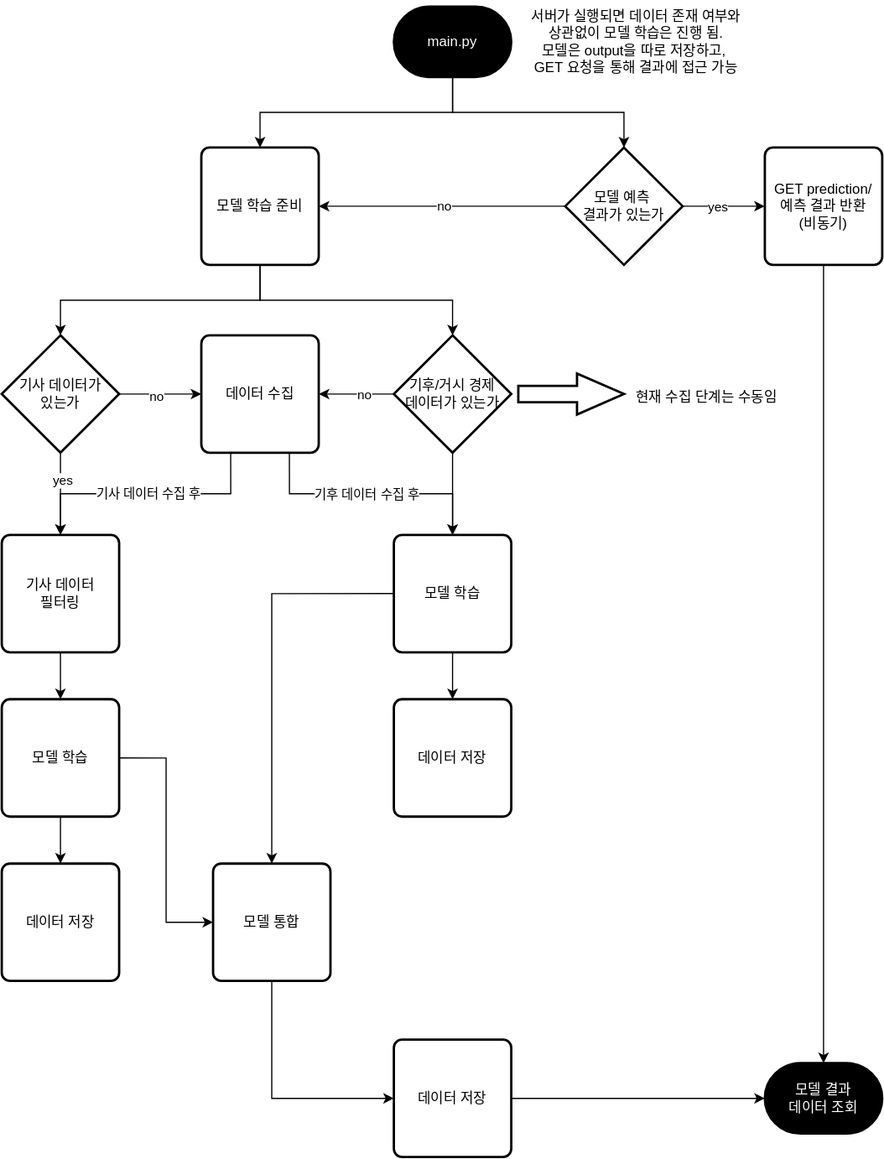
This is docs/server-flowchart.drawio.svg from MJU-Capstone-2025/model-server, a draw.io export, as it was before one commit. Source tidied: cells renumbered, new cells last; positions are measured from the earlier drawing's top-left corner, leaving out a move shared by most shapes. The source it was exported from:
```xml
<mxGraphModel>
  <root>
    <mxCell id="0" />
    <mxCell id="1" parent="0" />
    <mxCell id="2" style="edgeStyle=orthogonalEdgeStyle;rounded=0;jettySize=auto;html=1;exitX=0.5;exitY=1;exitDx=0;exitDy=0;exitPerimeter=0;entryX=0.5;entryY=0;entryDx=0;entryDy=0;entryPerimeter=0;" parent="1" edge="1" source="4" target="10">
      <mxGeometry relative="1" as="geometry" />
    </mxCell>
    <mxCell id="3" style="edgeStyle=orthogonalEdgeStyle;rounded=0;jettySize=auto;html=1;exitX=0.5;exitY=1;exitDx=0;exitDy=0;exitPerimeter=0;entryX=0.5;entryY=0;entryDx=0;entryDy=0;" parent="1" edge="1" source="4" target="38">
      <mxGeometry relative="1" as="geometry" />
    </mxCell>
    <mxCell id="4" value="main.py" style="strokeWidth=2;html=1;shape=mxgraph.flowchart.terminator;whiteSpace=wrap;gradientColor=none;fillColor=#000000;fontColor=light-dark(#ffffff, #ededed);" parent="1" vertex="1">
      <mxGeometry x="334" y="5" width="100" height="60" as="geometry" />
    </mxCell>
    <mxCell id="5" value="GET prediction/&lt;div&gt;예측 결과 반환&lt;/div&gt;&lt;div&gt;(비동기)&lt;/div&gt;" style="rounded=1;whiteSpace=wrap;html=1;absoluteArcSize=1;arcSize=14;strokeWidth=2;" parent="1" vertex="1">
      <mxGeometry x="650" y="125" width="100" height="100" as="geometry" />
    </mxCell>
    <mxCell id="6" style="edgeStyle=orthogonalEdgeStyle;rounded=0;jettySize=auto;html=1;exitX=1;exitY=0.5;exitDx=0;exitDy=0;exitPerimeter=0;entryX=0;entryY=0.5;entryDx=0;entryDy=0;" parent="1" edge="1" source="10" target="5">
      <mxGeometry relative="1" as="geometry" />
    </mxCell>
    <mxCell id="7" value="yes" style="edgeLabel;html=1;align=center;verticalAlign=middle;" parent="6" vertex="1">
      <mxGeometry x="0.11" relative="1" as="geometry">
        <mxPoint x="-9" as="offset" />
      </mxGeometry>
    </mxCell>
    <mxCell id="8" style="edgeStyle=orthogonalEdgeStyle;rounded=0;jettySize=auto;html=1;exitX=0;exitY=0.5;exitDx=0;exitDy=0;exitPerimeter=0;entryX=1;entryY=0.5;entryDx=0;entryDy=0;" parent="1" edge="1" source="10" target="38">
      <mxGeometry relative="1" as="geometry" />
    </mxCell>
    <mxCell id="9" value="no" style="edgeLabel;html=1;align=center;verticalAlign=middle;" parent="8" vertex="1">
      <mxGeometry x="-0.01" y="-1" relative="1" as="geometry" />
    </mxCell>
    <mxCell id="10" value="모델 예측&amp;nbsp;&lt;div&gt;결과가 있는가&lt;/div&gt;" style="strokeWidth=2;html=1;shape=mxgraph.flowchart.decision;whiteSpace=wrap;" parent="1" vertex="1">
      <mxGeometry x="480" y="125" width="100" height="100" as="geometry" />
    </mxCell>
    <mxCell id="11" style="edgeStyle=orthogonalEdgeStyle;rounded=0;jettySize=auto;html=1;exitX=1;exitY=0.5;exitDx=0;exitDy=0;exitPerimeter=0;entryX=0;entryY=0.5;entryDx=0;entryDy=0;" parent="1" edge="1" source="15" target="24">
      <mxGeometry relative="1" as="geometry" />
    </mxCell>
    <mxCell id="12" value="no" style="edgeLabel;html=1;align=center;verticalAlign=middle;" parent="11" vertex="1">
      <mxGeometry x="-0.1" y="-1" relative="1" as="geometry" />
    </mxCell>
    <mxCell id="13" style="edgeStyle=orthogonalEdgeStyle;rounded=0;jettySize=auto;html=1;exitX=0.5;exitY=1;exitDx=0;exitDy=0;exitPerimeter=0;entryX=0.5;entryY=0;entryDx=0;entryDy=0;" parent="1" edge="1" source="15" target="26">
      <mxGeometry relative="1" as="geometry" />
    </mxCell>
    <mxCell id="14" value="yes" style="edgeLabel;html=1;align=center;verticalAlign=middle;" parent="13" vertex="1">
      <mxGeometry x="-0.34" y="1" relative="1" as="geometry" />
    </mxCell>
    <mxCell id="15" value="기사 데이터가&lt;div&gt;있는가&lt;/div&gt;" style="strokeWidth=2;html=1;shape=mxgraph.flowchart.decision;whiteSpace=wrap;" parent="1" vertex="1">
      <mxGeometry y="285" width="100" height="100" as="geometry" />
    </mxCell>
    <mxCell id="16" style="edgeStyle=orthogonalEdgeStyle;rounded=0;jettySize=auto;html=1;exitX=0;exitY=0.5;exitDx=0;exitDy=0;exitPerimeter=0;entryX=1;entryY=0.5;entryDx=0;entryDy=0;" parent="1" edge="1" source="19" target="24">
      <mxGeometry relative="1" as="geometry" />
    </mxCell>
    <mxCell id="17" value="no" style="edgeLabel;html=1;align=center;verticalAlign=middle;" parent="16" vertex="1">
      <mxGeometry x="-0.21" y="-3" relative="1" as="geometry">
        <mxPoint y="3" as="offset" />
      </mxGeometry>
    </mxCell>
    <mxCell id="18" style="edgeStyle=orthogonalEdgeStyle;rounded=0;jettySize=auto;html=1;exitX=0.5;exitY=1;exitDx=0;exitDy=0;exitPerimeter=0;entryX=0.5;entryY=0;entryDx=0;entryDy=0;" parent="1" edge="1" source="19" target="29">
      <mxGeometry relative="1" as="geometry" />
    </mxCell>
    <mxCell id="19" value="기후/거시 경제&lt;div&gt;데이터가 있는가&lt;/div&gt;" style="strokeWidth=2;html=1;shape=mxgraph.flowchart.decision;whiteSpace=wrap;" parent="1" vertex="1">
      <mxGeometry x="334" y="285" width="100" height="100" as="geometry" />
    </mxCell>
    <mxCell id="20" style="edgeStyle=orthogonalEdgeStyle;rounded=0;jettySize=auto;html=1;exitX=0.25;exitY=1;exitDx=0;exitDy=0;entryX=0.5;entryY=0;entryDx=0;entryDy=0;" parent="1" edge="1" source="24" target="26">
      <mxGeometry relative="1" as="geometry" />
    </mxCell>
    <mxCell id="21" value="기사 데이터 수집 후" style="edgeLabel;html=1;align=center;verticalAlign=middle;" parent="20" vertex="1">
      <mxGeometry x="-0.01" y="-1" relative="1" as="geometry" />
    </mxCell>
    <mxCell id="22" style="edgeStyle=orthogonalEdgeStyle;rounded=0;jettySize=auto;html=1;exitX=0.75;exitY=1;exitDx=0;exitDy=0;entryX=0.5;entryY=0;entryDx=0;entryDy=0;" parent="1" edge="1" source="24" target="29">
      <mxGeometry relative="1" as="geometry" />
    </mxCell>
    <mxCell id="23" value="기후 데이터 수집 후" style="edgeLabel;html=1;align=center;verticalAlign=middle;" parent="22" vertex="1">
      <mxGeometry x="-0.15" relative="1" as="geometry">
        <mxPoint x="11" as="offset" />
      </mxGeometry>
    </mxCell>
    <mxCell id="24" value="데이터 수집" style="rounded=1;whiteSpace=wrap;html=1;absoluteArcSize=1;arcSize=14;strokeWidth=2;" parent="1" vertex="1">
      <mxGeometry x="170" y="285" width="100" height="100" as="geometry" />
    </mxCell>
    <mxCell id="25" style="edgeStyle=orthogonalEdgeStyle;rounded=0;jettySize=auto;html=1;exitX=0.5;exitY=1;exitDx=0;exitDy=0;entryX=0.5;entryY=0;entryDx=0;entryDy=0;" parent="1" edge="1" source="26" target="32">
      <mxGeometry relative="1" as="geometry" />
    </mxCell>
    <mxCell id="26" value="기사 데이터&lt;div&gt;필터링&lt;/div&gt;" style="rounded=1;whiteSpace=wrap;html=1;absoluteArcSize=1;arcSize=14;strokeWidth=2;" parent="1" vertex="1">
      <mxGeometry y="455" width="100" height="100" as="geometry" />
    </mxCell>
    <mxCell id="27" style="edgeStyle=orthogonalEdgeStyle;rounded=0;jettySize=auto;html=1;exitX=0;exitY=0.5;exitDx=0;exitDy=0;entryX=0.5;entryY=0;entryDx=0;entryDy=0;" parent="1" edge="1" source="29" target="34">
      <mxGeometry relative="1" as="geometry" />
    </mxCell>
    <mxCell id="28" style="edgeStyle=orthogonalEdgeStyle;rounded=0;jettySize=auto;html=1;exitX=0.5;exitY=1;exitDx=0;exitDy=0;entryX=0.5;entryY=0;entryDx=0;entryDy=0;" parent="1" edge="1" source="29" target="36">
      <mxGeometry relative="1" as="geometry" />
    </mxCell>
    <mxCell id="29" value="모델 학습" style="rounded=1;whiteSpace=wrap;html=1;absoluteArcSize=1;arcSize=14;strokeWidth=2;" parent="1" vertex="1">
      <mxGeometry x="334" y="455" width="100" height="100" as="geometry" />
    </mxCell>
    <mxCell id="30" style="edgeStyle=orthogonalEdgeStyle;rounded=0;jettySize=auto;html=1;exitX=1;exitY=0.5;exitDx=0;exitDy=0;entryX=0;entryY=0.5;entryDx=0;entryDy=0;" parent="1" edge="1" source="32" target="34">
      <mxGeometry relative="1" as="geometry" />
    </mxCell>
    <mxCell id="31" style="edgeStyle=orthogonalEdgeStyle;rounded=0;jettySize=auto;html=1;exitX=0.5;exitY=1;exitDx=0;exitDy=0;entryX=0.5;entryY=0;entryDx=0;entryDy=0;" parent="1" edge="1" source="32" target="35">
      <mxGeometry relative="1" as="geometry" />
    </mxCell>
    <mxCell id="32" value="모델 학습" style="rounded=1;whiteSpace=wrap;html=1;absoluteArcSize=1;arcSize=14;strokeWidth=2;" parent="1" vertex="1">
      <mxGeometry y="595" width="100" height="100" as="geometry" />
    </mxCell>
    <mxCell id="33" style="edgeStyle=orthogonalEdgeStyle;rounded=0;jettySize=auto;html=1;exitX=0.5;exitY=1;exitDx=0;exitDy=0;entryX=0;entryY=0.5;entryDx=0;entryDy=0;" parent="1" edge="1" source="34" target="37">
      <mxGeometry relative="1" as="geometry" />
    </mxCell>
    <mxCell id="34" value="모델 통합" style="rounded=1;whiteSpace=wrap;html=1;absoluteArcSize=1;arcSize=14;strokeWidth=2;" parent="1" vertex="1">
      <mxGeometry x="180" y="735" width="100" height="100" as="geometry" />
    </mxCell>
    <mxCell id="35" value="데이터 저장" style="rounded=1;whiteSpace=wrap;html=1;absoluteArcSize=1;arcSize=14;strokeWidth=2;" parent="1" vertex="1">
      <mxGeometry y="735" width="100" height="100" as="geometry" />
    </mxCell>
    <mxCell id="36" value="데이터 저장" style="rounded=1;whiteSpace=wrap;html=1;absoluteArcSize=1;arcSize=14;strokeWidth=2;" parent="1" vertex="1">
      <mxGeometry x="334" y="595" width="100" height="100" as="geometry" />
    </mxCell>
    <mxCell id="37" value="데이터 저장" style="rounded=1;whiteSpace=wrap;html=1;absoluteArcSize=1;arcSize=14;strokeWidth=2;" parent="1" vertex="1">
      <mxGeometry x="334" y="885" width="100" height="100" as="geometry" />
    </mxCell>
    <mxCell id="38" value="모델 학습 준비" style="rounded=1;whiteSpace=wrap;html=1;absoluteArcSize=1;arcSize=14;strokeWidth=2;" parent="1" vertex="1">
      <mxGeometry x="170" y="125" width="100" height="100" as="geometry" />
    </mxCell>
    <mxCell id="39" style="edgeStyle=orthogonalEdgeStyle;rounded=0;jettySize=auto;html=1;exitX=0.5;exitY=1;exitDx=0;exitDy=0;entryX=0.5;entryY=0;entryDx=0;entryDy=0;entryPerimeter=0;" parent="1" edge="1" source="38" target="15">
      <mxGeometry relative="1" as="geometry" />
    </mxCell>
    <mxCell id="40" style="edgeStyle=orthogonalEdgeStyle;rounded=0;jettySize=auto;html=1;exitX=0.5;exitY=1;exitDx=0;exitDy=0;entryX=0.5;entryY=0;entryDx=0;entryDy=0;entryPerimeter=0;" parent="1" edge="1" source="38" target="19">
      <mxGeometry relative="1" as="geometry" />
    </mxCell>
    <mxCell id="41" value="서버가 실행되면 데이터 존재 여부와&lt;div&gt;상관없이 모델 학습은 진행 됨.&lt;/div&gt;&lt;div&gt;모델은 output을 따로 저장하고,&amp;nbsp;&lt;/div&gt;&lt;div&gt;GET 요청을 통해 결과에 접근 가능&lt;/div&gt;" style="text;html=1;align=center;verticalAlign=middle;strokeColor=none;fillColor=none;" parent="1" vertex="1">
      <mxGeometry x="440" width="200" height="70" as="geometry" />
    </mxCell>
    <mxCell id="42" style="verticalLabelPosition=bottom;verticalAlign=top;html=1;strokeWidth=2;shape=mxgraph.arrows2.arrow;dy=0.6;dx=40;notch=0;" parent="1" vertex="1">
      <mxGeometry x="440" y="317.5" width="90" height="35" as="geometry" />
    </mxCell>
    <mxCell id="43" value="현재 수집 단계는 수동임" style="text;html=1;align=center;verticalAlign=middle;strokeColor=none;fillColor=none;" parent="1" vertex="1">
      <mxGeometry x="530" y="322.5" width="140" height="30" as="geometry" />
    </mxCell>
    <mxCell id="44" value="모델 결과&lt;div&gt;데이터 조회&lt;/div&gt;" style="strokeWidth=2;html=1;shape=mxgraph.flowchart.terminator;whiteSpace=wrap;gradientColor=none;fillColor=#000000;fontColor=light-dark(#ffffff, #ededed);" parent="1" vertex="1">
      <mxGeometry x="650" y="905" width="100" height="60" as="geometry" />
    </mxCell>
    <mxCell id="45" style="edgeStyle=orthogonalEdgeStyle;rounded=0;jettySize=auto;html=1;exitX=0.5;exitY=1;exitDx=0;exitDy=0;entryX=0.5;entryY=0;entryDx=0;entryDy=0;entryPerimeter=0;" parent="1" edge="1" source="5" target="44">
      <mxGeometry relative="1" as="geometry" />
    </mxCell>
    <mxCell id="46" style="edgeStyle=orthogonalEdgeStyle;rounded=0;jettySize=auto;html=1;exitX=1;exitY=0.5;exitDx=0;exitDy=0;entryX=0;entryY=0.5;entryDx=0;entryDy=0;entryPerimeter=0;" parent="1" edge="1" source="37" target="44">
      <mxGeometry relative="1" as="geometry" />
    </mxCell>
  </root>
</mxGraphModel>
```
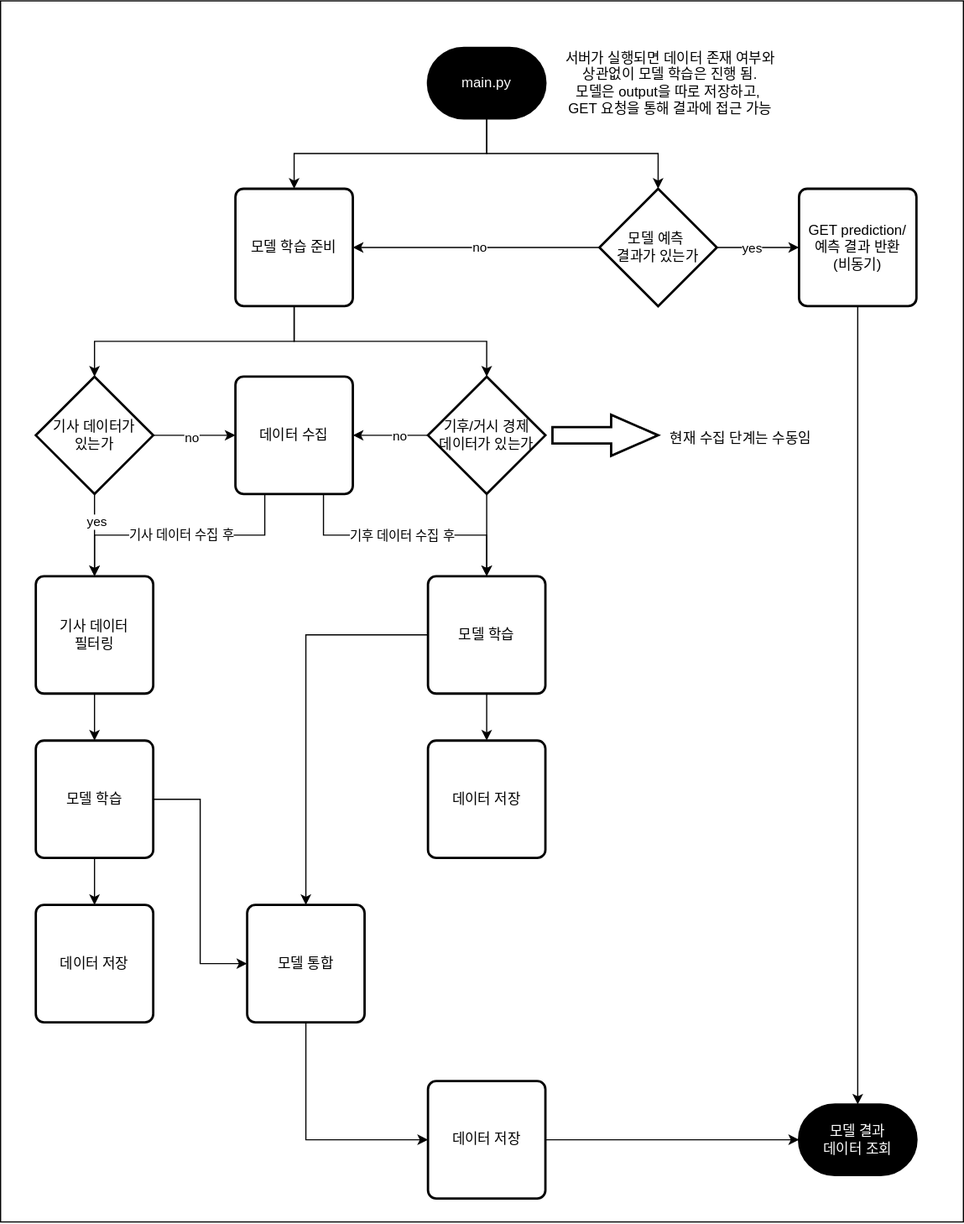
After the change.

Commit message:
DOCS: 문서 디자인 수정

The edit, as a diff of the source:
```diff
@@ -2,6 +2,9 @@
   <root>
     <mxCell id="0" />
     <mxCell id="1" parent="0" />
+    <mxCell id="47" style="rounded=0;whiteSpace=wrap;html=1;" parent="1" vertex="1">
+      <mxGeometry x="-30" y="-35" width="820" height="1040" as="geometry" />
+    </mxCell>
     <mxCell id="2" style="edgeStyle=orthogonalEdgeStyle;rounded=0;jettySize=auto;html=1;exitX=0.5;exitY=1;exitDx=0;exitDy=0;exitPerimeter=0;entryX=0.5;entryY=0;entryDx=0;entryDy=0;entryPerimeter=0;" parent="1" edge="1" source="4" target="10">
       <mxGeometry relative="1" as="geometry" />
     </mxCell>
```
